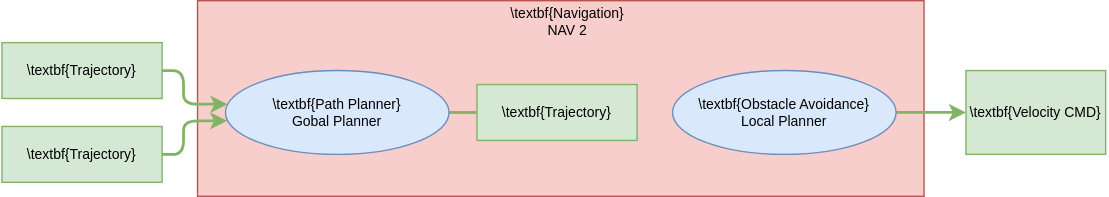
orjano-max/ORJANOS_MASTER_REPO keeps this draw.io diagram as Figures/figNavigation.drawio.svg. Above is the earlier version. Source tidied: cells renumbered, new cells last; positions are measured from the earlier drawing's top-left corner, leaving out a move shared by most shapes.
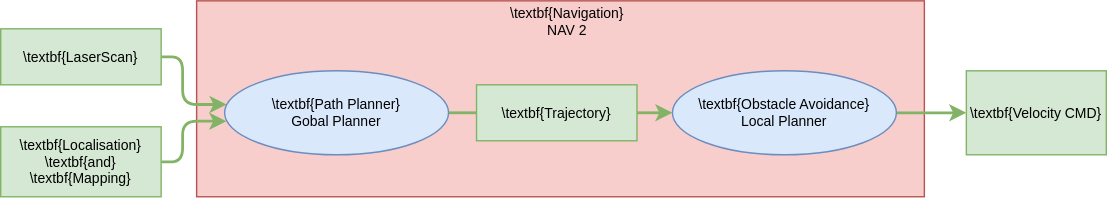
Later version of the same file.

Change to the diagram source:
```diff
@@ -34,24 +34,27 @@
     <mxCell id="10" style="edgeStyle=orthogonalEdgeStyle;jettySize=auto;fillColor=#d5e8d4;strokeColor=#82b366;strokeWidth=2;rounded=1;exitX=1;exitY=0.5;exitDx=0;exitDy=0;entryX=0.008;entryY=0.6;entryDx=0;entryDy=0;fontSize=10;entryPerimeter=0;" parent="1" edge="1" source="12" target="9">
       <mxGeometry relative="1" as="geometry">
         <Array as="points">
-          <mxPoint x="130" y="110" />
+          <mxPoint x="130" y="115" />
           <mxPoint x="130" y="86" />
         </Array>
       </mxGeometry>
     </mxCell>
-    <mxCell id="11" value="\textbf{Trajectory}" style="rounded=0;fillColor=#d5e8d4;strokeColor=#82b366;fontSize=10;" parent="1" vertex="1">
-      <mxGeometry y="30" width="114.6" height="40" as="geometry" />
+    <mxCell id="11" value="\textbf{LaserScan}" style="rounded=0;fillColor=#d5e8d4;strokeColor=#82b366;fontSize=10;" parent="1" vertex="1">
+      <mxGeometry y="20" width="114.6" height="40" as="geometry" />
     </mxCell>
-    <mxCell id="12" value="\textbf{Trajectory}" style="rounded=0;fillColor=#d5e8d4;strokeColor=#82b366;fontSize=10;" parent="1" vertex="1">
-      <mxGeometry y="90" width="114.6" height="40" as="geometry" />
+    <mxCell id="12" value="\textbf{Localisation}&#10;\textbf{and}&#10;\textbf{Mapping}" style="rounded=0;fillColor=#d5e8d4;strokeColor=#82b366;fontSize=10;" parent="1" vertex="1">
+      <mxGeometry y="90" width="114.7" height="50" as="geometry" />
     </mxCell>
     <mxCell id="13" style="edgeStyle=orthogonalEdgeStyle;jettySize=auto;fillColor=#d5e8d4;strokeColor=#82b366;strokeWidth=2;rounded=1;exitX=1;exitY=0.5;exitDx=0;exitDy=0;fontSize=10;entryX=0.009;entryY=0.401;entryDx=0;entryDy=0;entryPerimeter=0;" parent="1" edge="1" source="11" target="9">
       <mxGeometry relative="1" as="geometry">
         <Array as="points">
-          <mxPoint x="130" y="50" />
+          <mxPoint x="130" y="40" />
           <mxPoint x="130" y="74" />
         </Array>
       </mxGeometry>
     </mxCell>
+    <mxCell id="14" style="edgeStyle=orthogonalEdgeStyle;jettySize=auto;fillColor=#d5e8d4;strokeColor=#82b366;strokeWidth=2;rounded=1;exitX=1;exitY=0.5;exitDx=0;exitDy=0;fontSize=10;entryX=0;entryY=0.5;entryDx=0;entryDy=0;" parent="1" edge="1" source="6" target="7">
+      <mxGeometry relative="1" as="geometry" />
+    </mxCell>
   </root>
 </mxGraphModel>
```
